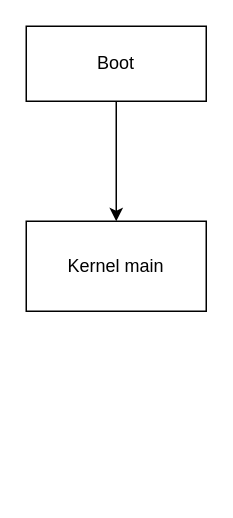
Above: doc/flowchart.drawio in Giully314/amelia (draw.io), before the change. Source tidied: cells renumbered, new cells numbered last; positions are measured from the earlier drawing's top-left corner, leaving out a move shared by most shapes. Both pictures are drawn from the tidied source at 150%, with x=0, y=0 at pixel (26, 26).
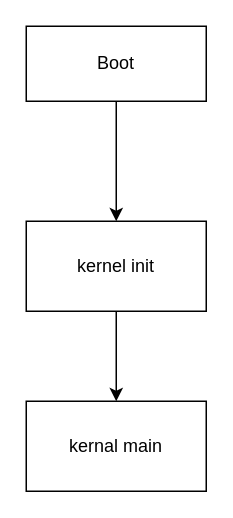
After the change.

The edit, as a diff of the source:
```diff
@@
 <mxGraphModel>
   <root>
     <mxCell id="0" />
     <mxCell id="1" parent="0" />
     <mxCell id="2" style="edgeStyle=none;html=1;entryX=0.5;entryY=0;entryDx=0;entryDy=0;" parent="1" edge="1" source="3" target="4">
       <mxGeometry relative="1" as="geometry" />
     </mxCell>
     <mxCell id="3" value="Boot" style="rounded=0;whiteSpace=wrap;html=1;" parent="1" vertex="1">
       <mxGeometry width="120" height="50" as="geometry" />
     </mxCell>
+    <mxCell id="5" style="edgeStyle=none;html=1;entryX=0.5;entryY=0;entryDx=0;entryDy=0;" parent="1" edge="1" source="4" target="6">
+      <mxGeometry relative="1" as="geometry" />
+    </mxCell>
-    <mxCell id="4" value="Kernel main" style="rounded=0;whiteSpace=wrap;html=1;" parent="1" vertex="1">
+    <mxCell id="4" value="kernel init" style="rounded=0;whiteSpace=wrap;html=1;" parent="1" vertex="1">
       <mxGeometry y="130" width="120" height="60" as="geometry" />
     </mxCell>
+    <mxCell id="6" value="kernal main" style="rounded=0;whiteSpace=wrap;html=1;" parent="1" vertex="1">
+      <mxGeometry y="250" width="120" height="60" as="geometry" />
+    </mxCell>
   </root>
 </mxGraphModel>
```
